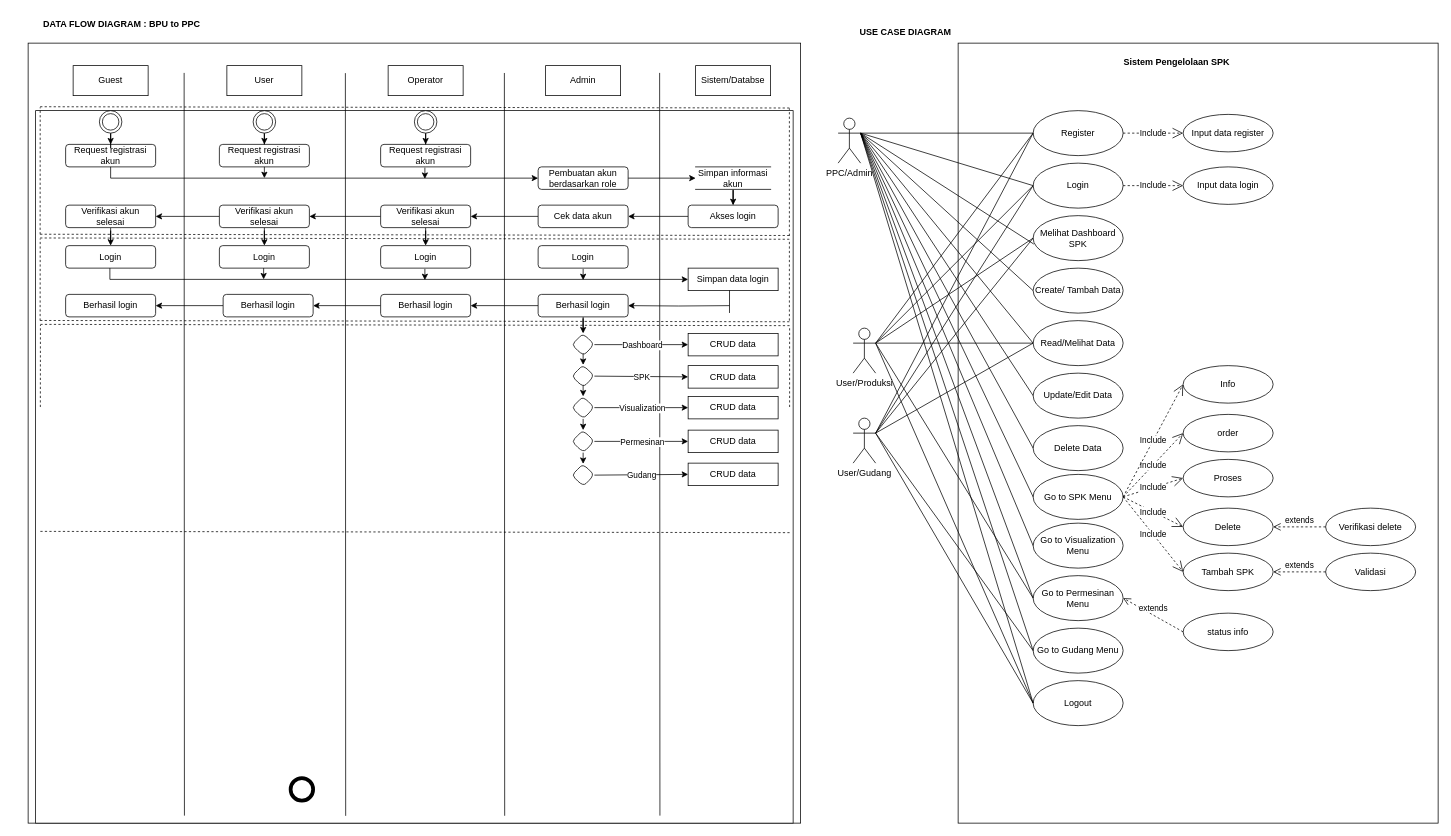
rdhst/ena-me-project keeps this draw.io diagram as UCD progres rev.drawio. Above is the earlier version. Source tidied: cells renumbered, new cells numbered last; positions are measured from the earlier drawing's top-left corner, leaving out a move shared by most shapes. Both pictures are drawn from the tidied source at 75%, with x=0, y=0 at pixel (28, 13).
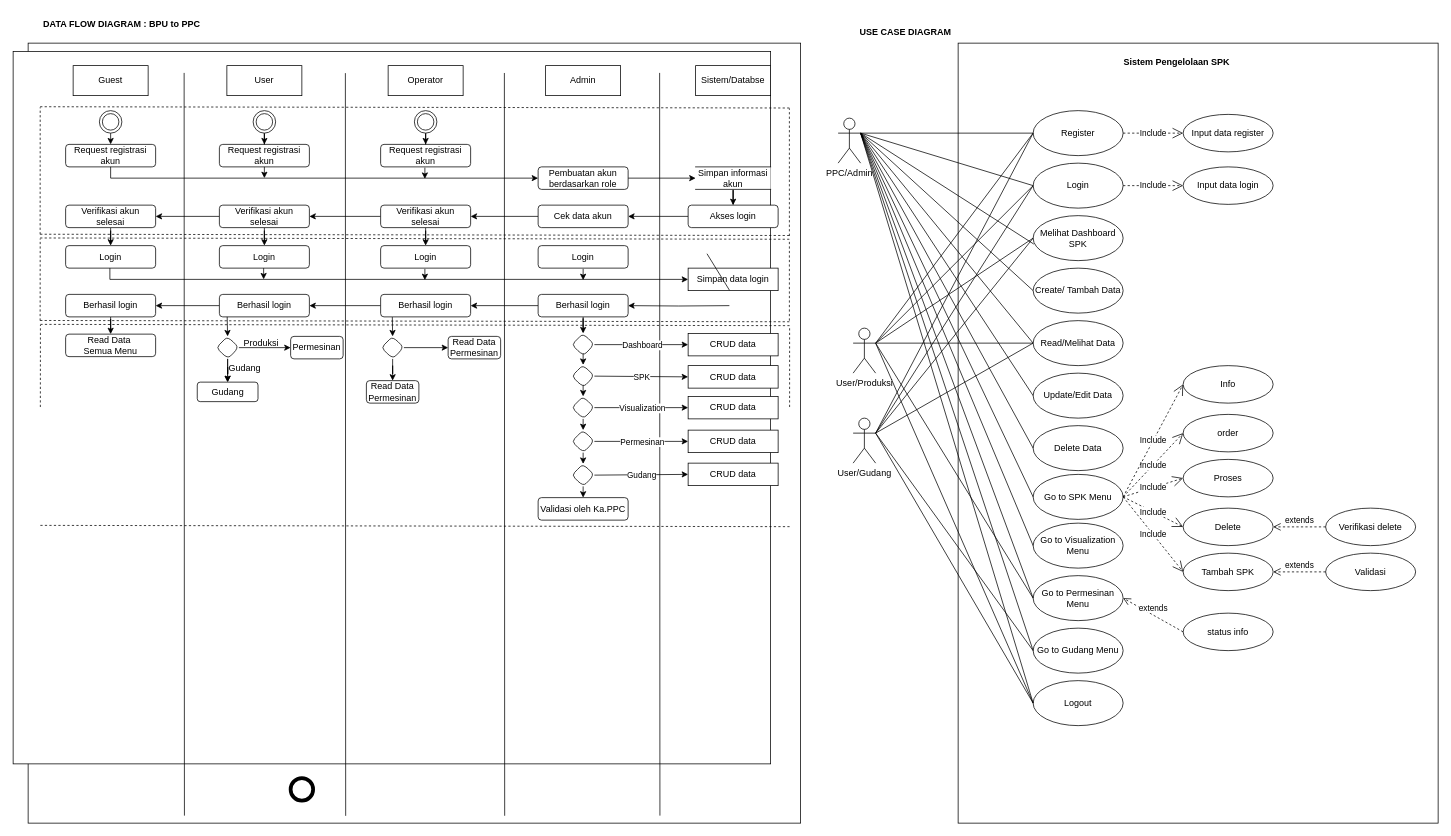
Above is the later version.

The change refers to these unchanged cells:
```xml
<mxCell id="75" value="Request registrasi akun" style="rounded=1;whiteSpace=wrap;html=1;" parent="1" vertex="1">
  <mxGeometry x="50" y="175" width="120" height="30" as="geometry" />
</mxCell>
<mxCell id="81" style="ellipse;shape=doubleEllipse;html=1;dashed=0;whiteSpace=wrap;" parent="1" vertex="1">
  <mxGeometry x="95" y="130" width="30" height="30" as="geometry" />
</mxCell>
<mxCell id="130" value="Berhasil login" style="rounded=1;whiteSpace=wrap;html=1;" parent="1" vertex="1">
  <mxGeometry x="470" y="375" width="120" height="30" as="geometry" />
</mxCell>
<mxCell id="133" value="Berhasil login" style="rounded=1;whiteSpace=wrap;html=1;" parent="1" vertex="1">
  <mxGeometry x="50" y="375" width="120" height="30" as="geometry" />
</mxCell>
<mxCell id="157" style="rhombus;whiteSpace=wrap;html=1;rounded=1;" parent="1" vertex="1">
  <mxGeometry x="725" y="601" width="30" height="30" as="geometry" />
</mxCell>
```

The edit, as a diff of the source:
```diff
@@
     <mxCell id="66" style="rounded=0;whiteSpace=wrap;html=1;" parent="1" vertex="1">
-      <mxGeometry x="10" y="130" width="1010" height="950" as="geometry" />
+      <mxGeometry x="-20" y="51" width="1010" height="950" as="geometry" />
     </mxCell>
@@
-    <mxCell id="80" style="edgeStyle=orthogonalEdgeStyle;rounded=0;jettySize=auto;html=1;" parent="1" edge="1" source="81" target="75">
-      <mxGeometry relative="1" as="geometry" />
-    </mxCell>
@@
     <mxCell id="132" value="Berhasil login" style="rounded=1;whiteSpace=wrap;html=1;" parent="1" vertex="1">
-      <mxGeometry x="260" y="375" width="120" height="30" as="geometry" />
+      <mxGeometry x="255" y="375" width="120" height="30" as="geometry" />
     </mxCell>
+    <mxCell id="162" style="edgeStyle=orthogonalEdgeStyle;rounded=0;jettySize=auto;html=1;" parent="1" edge="1" source="133" target="165">
+      <mxGeometry relative="1" as="geometry" />
+    </mxCell>
@@
     <mxCell id="136" style="endArrow=none;dashed=1;html=1;rounded=0;exitX=0.99;exitY=0.011;exitDx=0;exitDy=0;exitPerimeter=0;entryX=0;entryY=0.184;entryDx=0;entryDy=0;entryPerimeter=0;" parent="1" edge="1">
       <mxGeometry relative="1" as="geometry">
-        <mxPoint x="1015.3" y="692.7" as="sourcePoint" />
-        <mxPoint x="14.3" y="691" as="targetPoint" />
+        <mxPoint x="1015.3" y="684.7" as="sourcePoint" />
+        <mxPoint x="14.3" y="683" as="targetPoint" />
       </mxGeometry>
     </mxCell>
@@
+    <mxCell id="163" style="endArrow=classic;html=1;rounded=0;exitX=0.5;exitY=1;exitDx=0;exitDy=0;entryX=0.5;entryY=0;entryDx=0;entryDy=0;" parent="1" edge="1" source="157" target="164">
+      <mxGeometry relative="1" as="geometry" />
+    </mxCell>
+    <mxCell id="164" value="Validasi oleh Ka.PPC" style="rounded=1;whiteSpace=wrap;html=1;" parent="1" vertex="1">
+      <mxGeometry x="680" y="646" width="120" height="30" as="geometry" />
+    </mxCell>
+    <mxCell id="165" value="Read Data&amp;nbsp;&lt;div&gt;Semua Menu&lt;/div&gt;" style="rounded=1;whiteSpace=wrap;html=1;" parent="1" vertex="1">
+      <mxGeometry x="50" y="428" width="120" height="30" as="geometry" />
+    </mxCell>
+    <mxCell id="166" style="edgeStyle=orthogonalEdgeStyle;rounded=0;jettySize=auto;html=1;" parent="1" edge="1" source="169" target="170">
+      <mxGeometry relative="1" as="geometry" />
+    </mxCell>
+    <mxCell id="167" style="edgeStyle=orthogonalEdgeStyle;rounded=0;jettySize=auto;html=1;" parent="1" edge="1" source="169" target="170">
+      <mxGeometry relative="1" as="geometry" />
+    </mxCell>
+    <mxCell id="168" style="edgeStyle=orthogonalEdgeStyle;rounded=0;jettySize=auto;html=1;" parent="1" edge="1" source="169" target="171">
+      <mxGeometry relative="1" as="geometry" />
+    </mxCell>
+    <mxCell id="169" style="rhombus;whiteSpace=wrap;html=1;rounded=1;" parent="1" vertex="1">
+      <mxGeometry x="251" y="431" width="30" height="30" as="geometry" />
+    </mxCell>
+    <mxCell id="170" value="Gudang" style="whiteSpace=wrap;html=1;rounded=1;" parent="1" vertex="1">
+      <mxGeometry x="225.5" y="492" width="81" height="26" as="geometry" />
+    </mxCell>
+    <mxCell id="171" value="Permesinan" style="whiteSpace=wrap;html=1;rounded=1;" parent="1" vertex="1">
+      <mxGeometry x="350" y="431" width="70" height="30" as="geometry" />
+    </mxCell>
+    <mxCell id="172" style="edgeStyle=orthogonalEdgeStyle;rounded=0;orthogonalLoop=1;jettySize=auto;html=1;" parent="1" edge="1">
+      <mxGeometry relative="1" as="geometry">
+        <mxPoint x="110" y="160" as="sourcePoint" />
+        <mxPoint x="110" y="175" as="targetPoint" />
+      </mxGeometry>
+    </mxCell>
+    <mxCell id="173" value="Produksi" style="text;html=1;align=center;verticalAlign=middle;whiteSpace=wrap;rounded=0;" parent="1" vertex="1">
+      <mxGeometry x="305.5" y="439" width="10" height="2" as="geometry" />
+    </mxCell>
+    <mxCell id="174" style="edgeStyle=orthogonalEdgeStyle;rounded=0;orthogonalLoop=1;jettySize=auto;html=1;entryX=0.5;entryY=0;entryDx=0;entryDy=0;exitX=0.087;exitY=1.001;exitDx=0;exitDy=0;exitPerimeter=0;" parent="1" edge="1">
+      <mxGeometry relative="1" as="geometry">
+        <mxPoint x="265.4" y="405" as="sourcePoint" />
+        <mxPoint x="266" y="431" as="targetPoint" />
+      </mxGeometry>
+    </mxCell>
+    <mxCell id="175" value="Gudang" style="text;html=1;align=center;verticalAlign=middle;whiteSpace=wrap;rounded=0;" parent="1" vertex="1">
+      <mxGeometry x="284" y="473" width="10" height="2" as="geometry" />
+    </mxCell>
+    <mxCell id="176" style="edgeStyle=orthogonalEdgeStyle;rounded=0;jettySize=auto;html=1;" parent="1" edge="1" source="178" target="180">
+      <mxGeometry relative="1" as="geometry" />
+    </mxCell>
+    <mxCell id="177" style="edgeStyle=orthogonalEdgeStyle;rounded=0;jettySize=auto;html=1;" parent="1" edge="1" source="178" target="181">
+      <mxGeometry relative="1" as="geometry" />
+    </mxCell>
+    <mxCell id="178" style="rhombus;whiteSpace=wrap;html=1;rounded=1;" parent="1" vertex="1">
+      <mxGeometry x="471" y="431" width="30" height="30" as="geometry" />
+    </mxCell>
+    <mxCell id="179" style="edgeStyle=orthogonalEdgeStyle;rounded=0;jettySize=auto;html=1;entryX=0.5;entryY=0;entryDx=0;entryDy=0;exitX=0.13;exitY=1.009;exitDx=0;exitDy=0;exitPerimeter=0;" parent="1" edge="1" source="130" target="178">
+      <mxGeometry relative="1" as="geometry" />
+    </mxCell>
+    <mxCell id="180" value="Read Data Permesinan" style="whiteSpace=wrap;html=1;rounded=1;" parent="1" vertex="1">
+      <mxGeometry x="560" y="431" width="70" height="30" as="geometry" />
+    </mxCell>
+    <mxCell id="181" value="Read Data Permesinan" style="whiteSpace=wrap;html=1;rounded=1;" parent="1" vertex="1">
+      <mxGeometry x="451" y="490" width="70" height="30" as="geometry" />
+    </mxCell>
```
